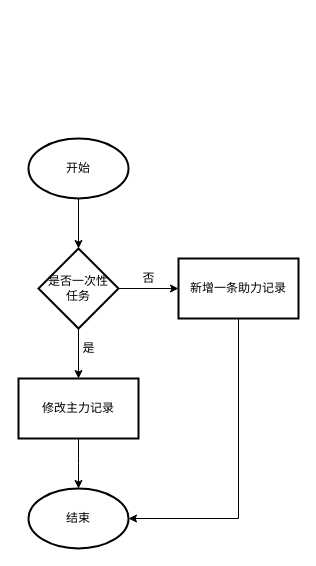
Earlier version of the draw.io diagram v3.9.3_test.drawio (MrPeachHua/draw1). Source tidied: cells renumbered, new cells numbered last; positions are measured from the earlier drawing's top-left corner, leaving out a move shared by most shapes. Both pictures are drawn from the tidied source at 100%, with x=0, y=0 at pixel (18, 138).
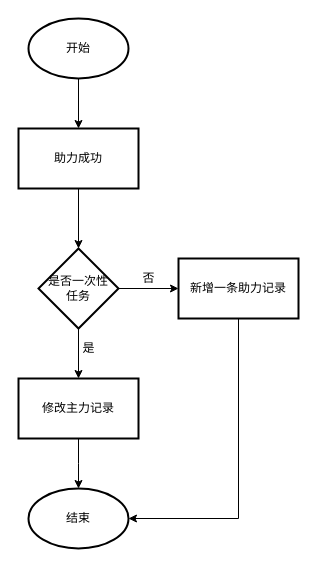
The same diagram, later.

Change to the diagram source:
```diff
@@
 <mxGraphModel>
   <root>
     <mxCell id="0" />
     <mxCell id="1" parent="0" />
-    <mxCell id="2" style="edgeStyle=orthogonalEdgeStyle;rounded=0;jettySize=auto;html=1;" parent="1" edge="1" source="3" target="6">
+    <mxCell id="2" style="edgeStyle=orthogonalEdgeStyle;rounded=0;jettySize=auto;html=1;exitX=0.5;exitY=1;exitDx=0;exitDy=0;" parent="1" edge="1" source="15" target="6">
       <mxGeometry relative="1" as="geometry" />
     </mxCell>
+    <mxCell id="14" style="edgeStyle=orthogonalEdgeStyle;rounded=0;jettySize=auto;html=1;" parent="1" edge="1" source="3" target="15">
+      <mxGeometry relative="1" as="geometry" />
+    </mxCell>
     <mxCell id="3" value="开始" style="strokeWidth=2;html=1;shape=mxgraph.flowchart.start_1;whiteSpace=wrap;" parent="1" vertex="1">
-      <mxGeometry x="10" width="100" height="60" as="geometry" />
+      <mxGeometry x="10" y="-120" width="100" height="60" as="geometry" />
     </mxCell>
     <mxCell id="4" style="edgeStyle=orthogonalEdgeStyle;rounded=0;jettySize=auto;html=1;" parent="1" edge="1" source="6" target="8">
       <mxGeometry relative="1" as="geometry" />
     </mxCell>
     <mxCell id="5" style="edgeStyle=orthogonalEdgeStyle;rounded=0;jettySize=auto;html=1;" parent="1" edge="1" source="6" target="10">
       <mxGeometry relative="1" as="geometry" />
     </mxCell>
     <mxCell id="6" value="是否一次性&lt;br&gt;任务" style="rhombus;whiteSpace=wrap;html=1;strokeWidth=2;" parent="1" vertex="1">
       <mxGeometry x="20" y="110" width="80" height="80" as="geometry" />
     </mxCell>
     <mxCell id="7" style="edgeStyle=orthogonalEdgeStyle;rounded=0;jettySize=auto;html=1;" parent="1" edge="1" source="8">
       <mxGeometry relative="1" as="geometry">
         <mxPoint x="60" y="350" as="targetPoint" />
       </mxGeometry>
     </mxCell>
     <mxCell id="8" value="修改主力记录" style="whiteSpace=wrap;html=1;strokeWidth=2;" parent="1" vertex="1">
       <mxGeometry y="240" width="120" height="60" as="geometry" />
     </mxCell>
     <mxCell id="9" style="edgeStyle=orthogonalEdgeStyle;rounded=0;jettySize=auto;html=1;entryX=1;entryY=0.5;entryDx=0;entryDy=0;entryPerimeter=0;" parent="1" edge="1" source="10" target="11">
       <mxGeometry relative="1" as="geometry">
         <Array as="points">
           <mxPoint x="220" y="380" />
         </Array>
       </mxGeometry>
     </mxCell>
     <mxCell id="10" value="新增一条助力记录" style="whiteSpace=wrap;html=1;strokeWidth=2;" parent="1" vertex="1">
       <mxGeometry x="160" y="120" width="120" height="60" as="geometry" />
     </mxCell>
     <mxCell id="11" value="结束" style="strokeWidth=2;html=1;shape=mxgraph.flowchart.start_1;whiteSpace=wrap;" parent="1" vertex="1">
       <mxGeometry x="10" y="350" width="100" height="60" as="geometry" />
     </mxCell>
     <mxCell id="12" value="否" style="text;html=1;align=center;verticalAlign=middle;strokeColor=none;fillColor=none;" parent="1" vertex="1">
       <mxGeometry x="115" y="130" width="30" height="20" as="geometry" />
     </mxCell>
     <mxCell id="13" value="是" style="text;html=1;align=center;verticalAlign=middle;strokeColor=none;fillColor=none;" parent="1" vertex="1">
       <mxGeometry x="55" y="200" width="30" height="20" as="geometry" />
     </mxCell>
+    <mxCell id="15" value="助力成功" style="whiteSpace=wrap;html=1;strokeWidth=2;" parent="1" vertex="1">
+      <mxGeometry y="-10" width="120" height="60" as="geometry" />
+    </mxCell>
   </root>
 </mxGraphModel>
```
